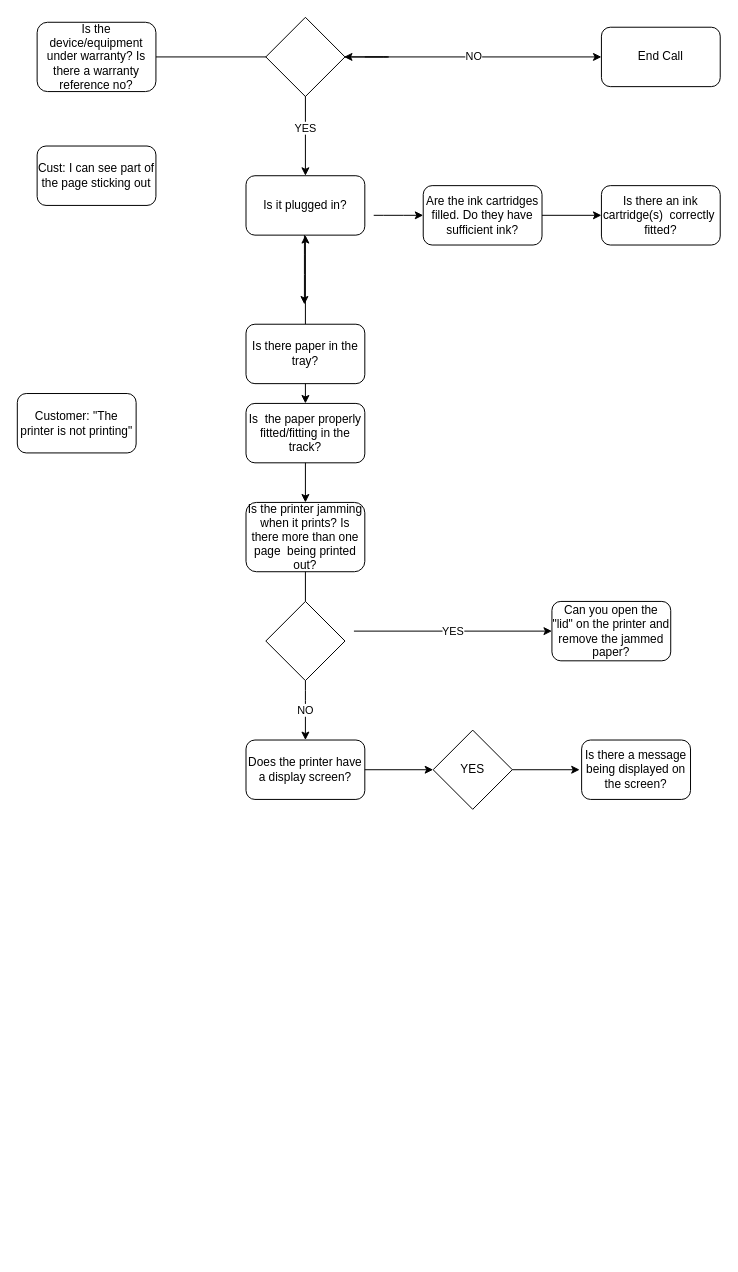
Before: CustomerSupportScript.drawio in L00086023/StudentExercises, a draw.io diagram. Source tidied: cells renumbered, new cells numbered last; positions are measured from the earlier drawing's top-left corner, leaving out a move shared by most shapes. Both pictures are drawn from the tidied source at 99%, with x=0, y=0 at pixel (17, 17).
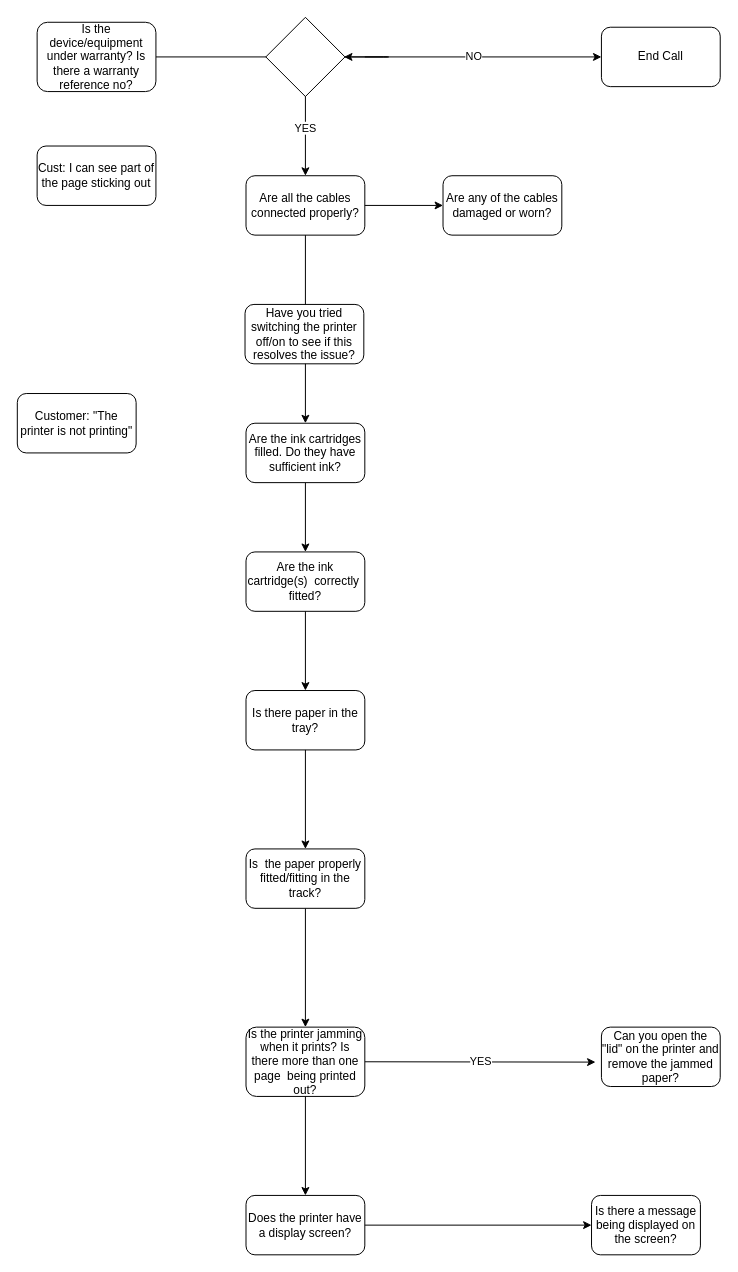
After the change.

Change to the diagram source:
```diff
@@
-    <mxCell id="3" value="Is it plugged in?" style="rounded=1;whiteSpace=wrap;html=1;" parent="1" vertex="1">
+    <mxCell id="3" value="Are all the cables connected properly?" style="rounded=1;whiteSpace=wrap;html=1;" parent="1" vertex="1">
       <mxGeometry x="231" y="160" width="120" height="60" as="geometry" />
     </mxCell>
-    <mxCell id="4" value="Is there an ink cartridge(s)&amp;nbsp; correctly&amp;nbsp; fitted?" style="rounded=1;whiteSpace=wrap;html=1;" parent="1" vertex="1">
-      <mxGeometry x="590" y="170" width="120" height="60" as="geometry" />
+    <mxCell id="4" value="Are the ink cartridge(s)&amp;nbsp; correctly&amp;nbsp; fitted?" style="rounded=1;whiteSpace=wrap;html=1;" parent="1" vertex="1">
+      <mxGeometry x="231" y="540" width="120" height="60" as="geometry" />
     </mxCell>
-    <mxCell id="5" style="endArrow=classic;html=1;" parent="1" edge="1">
-      <mxGeometry relative="1" as="geometry">
-        <mxPoint x="290" y="220" as="sourcePoint" />
-        <mxPoint x="290" y="290" as="targetPoint" />
-        <Array as="points">
-          <mxPoint x="290" y="220" />
-          <mxPoint x="290" y="250" />
-        </Array>
-      </mxGeometry>
-    </mxCell>
-    <mxCell id="6" style="edgeStyle=orthogonalEdgeStyle;rounded=0;jettySize=auto;html=1;" parent="1" edge="1" source="7" target="3">
-      <mxGeometry relative="1" as="geometry">
-        <Array as="points">
-          <mxPoint x="291" y="340" />
-        </Array>
-      </mxGeometry>
-    </mxCell>
     <mxCell id="7" value="Is there paper in the tray?" style="rounded=1;whiteSpace=wrap;html=1;" parent="1" vertex="1">
-      <mxGeometry x="231" y="310" width="120" height="60" as="geometry" />
+      <mxGeometry x="231" y="680" width="120" height="60" as="geometry" />
     </mxCell>
-    <mxCell id="8" value="Is&amp;nbsp; the paper properly fitted/fitting in the track?" style="rounded=1;whiteSpace=wrap;html=1;" parent="1" vertex="1">
-      <mxGeometry x="231" y="390" width="120" height="60" as="geometry" />
-    </mxCell>
@@
-    <mxCell id="11" value="Is the printer jamming when it prints? Is there more than one page&amp;nbsp; being printed out?" style="rounded=1;whiteSpace=wrap;html=1;" parent="1" vertex="1">
-      <mxGeometry x="231" y="490" width="120" height="70" as="geometry" />
-    </mxCell>
@@
-    <mxCell id="13" value="YES" style="endArrow=classic;html=1;entryX=0;entryY=0.5;entryDx=0;entryDy=0;" parent="1" edge="1" target="14">
-      <mxGeometry relative="1" as="geometry">
-        <mxPoint x="340" y="620" as="sourcePoint" />
-      </mxGeometry>
+    <mxCell id="13" value="YES" style="endArrow=classic;html=1;exitX=1;exitY=0.5;exitDx=0;exitDy=0;entryX=-0.05;entryY=0.589;entryDx=0;entryDy=0;entryPerimeter=0;" parent="1" edge="1" source="11" target="14">
+      <mxGeometry relative="1" as="geometry" />
     </mxCell>
     <mxCell id="14" value="Can you open the &quot;lid&quot; on the printer and remove the jammed paper?" style="rounded=1;whiteSpace=wrap;html=1;" parent="1" vertex="1">
-      <mxGeometry x="540" y="590" width="120" height="60" as="geometry" />
+      <mxGeometry x="590" y="1020" width="120" height="60" as="geometry" />
     </mxCell>
     <mxCell id="15" value="Does the printer have a display screen?" style="rounded=1;whiteSpace=wrap;html=1;" parent="1" vertex="1">
-      <mxGeometry x="231" y="730" width="120" height="60" as="geometry" />
+      <mxGeometry x="231" y="1190" width="120" height="60" as="geometry" />
     </mxCell>
-    <mxCell id="16" style="endArrow=classic;html=1;entryX=0;entryY=0.5;entryDx=0;entryDy=0;" parent="1" edge="1">
-      <mxGeometry relative="1" as="geometry">
-        <mxPoint x="360" y="200" as="sourcePoint" />
-        <mxPoint x="410" y="200" as="targetPoint" />
-        <Array as="points">
-          <mxPoint x="380" y="200" />
-        </Array>
-      </mxGeometry>
+    <mxCell id="16" style="endArrow=classic;html=1;entryX=0;entryY=0.5;entryDx=0;entryDy=0;exitX=1;exitY=0.5;exitDx=0;exitDy=0;" parent="1" edge="1" source="3" target="36">
+      <mxGeometry relative="1" as="geometry" />
     </mxCell>
-    <mxCell id="17" value="Are the ink cartridges filled. Do they have sufficient ink?" style="rounded=1;whiteSpace=wrap;html=1;" parent="1" vertex="1">
-      <mxGeometry x="410" y="170" width="120" height="60" as="geometry" />
-    </mxCell>
     <mxCell id="18" value="Is there a message being displayed on the screen?" style="rounded=1;whiteSpace=wrap;html=1;" parent="1" vertex="1">
-      <mxGeometry x="570" y="730" width="110" height="60" as="geometry" />
+      <mxGeometry x="580" y="1190" width="110" height="60" as="geometry" />
     </mxCell>
-    <mxCell id="19" value="YES" style="rhombus;whiteSpace=wrap;html=1;" parent="1" vertex="1">
-      <mxGeometry x="420" y="720" width="80" height="80" as="geometry" />
-    </mxCell>
-    <mxCell id="20" style="endArrow=classic;html=1;exitX=1;exitY=0.5;exitDx=0;exitDy=0;entryX=0;entryY=0.5;entryDx=0;entryDy=0;" parent="1" edge="1" source="15" target="19">
+    <mxCell id="20" style="endArrow=classic;html=1;exitX=1;exitY=0.5;exitDx=0;exitDy=0;entryX=0;entryY=0.5;entryDx=0;entryDy=0;" parent="1" edge="1" source="15" target="18">
       <mxGeometry relative="1" as="geometry" />
     </mxCell>
-    <mxCell id="21" style="endArrow=classic;html=1;exitX=1;exitY=0.5;exitDx=0;exitDy=0;" parent="1" edge="1" source="19">
-      <mxGeometry relative="1" as="geometry">
-        <mxPoint x="568" y="760" as="targetPoint" />
-      </mxGeometry>
-    </mxCell>
@@
-    <mxCell id="25" style="endArrow=classic;html=1;entryX=0;entryY=0.5;entryDx=0;entryDy=0;exitX=1;exitY=0.5;exitDx=0;exitDy=0;" parent="1" edge="1" source="17" target="4">
-      <mxGeometry relative="1" as="geometry" />
-    </mxCell>
@@
-    <mxCell id="30" style="rhombus;whiteSpace=wrap;html=1;" parent="1" vertex="1">
-      <mxGeometry x="251" y="590" width="80" height="80" as="geometry" />
-    </mxCell>
-    <mxCell id="31" value="NO" style="endArrow=classic;html=1;exitX=0.5;exitY=1;exitDx=0;exitDy=0;entryX=0.5;entryY=0;entryDx=0;entryDy=0;" parent="1" edge="1" source="30" target="15">
-      <mxGeometry relative="1" as="geometry">
-        <Array as="points">
-          <mxPoint x="291" y="690" />
-        </Array>
-      </mxGeometry>
-    </mxCell>
-    <mxCell id="32" style="endArrow=none;html=1;exitX=0.5;exitY=0;exitDx=0;exitDy=0;entryX=0.5;entryY=1;entryDx=0;entryDy=0;" parent="1" edge="1" source="30" target="11">
-      <mxGeometry relative="1" as="geometry" />
-    </mxCell>
+    <mxCell id="25" style="endArrow=classic;html=1;entryX=0.5;entryY=0;entryDx=0;entryDy=0;" parent="1" edge="1" source="17" target="4">
+      <mxGeometry relative="1" as="geometry" />
+    </mxCell>
+    <mxCell id="33" style="endArrow=classic;html=1;entryX=0.5;entryY=0;entryDx=0;entryDy=0;exitX=0.5;exitY=1;exitDx=0;exitDy=0;" parent="1" edge="1" source="4" target="7">
+      <mxGeometry relative="1" as="geometry" />
+    </mxCell>
+    <mxCell id="11" value="Is the printer jamming when it prints? Is there more than one page&amp;nbsp; being printed out?" style="rounded=1;whiteSpace=wrap;html=1;" parent="1" vertex="1">
+      <mxGeometry x="231" y="1020" width="120" height="70" as="geometry" />
+    </mxCell>
+    <mxCell id="17" value="Are the ink cartridges filled. Do they have sufficient ink?" style="rounded=1;whiteSpace=wrap;html=1;" parent="1" vertex="1">
+      <mxGeometry x="231" y="410" width="120" height="60" as="geometry" />
+    </mxCell>
+    <mxCell id="34" style="endArrow=classic;html=1;entryX=0.5;entryY=0;entryDx=0;entryDy=0;" parent="1" edge="1" target="17">
+      <mxGeometry relative="1" as="geometry">
+        <mxPoint x="291" y="220" as="sourcePoint" />
+      </mxGeometry>
+    </mxCell>
+    <mxCell id="8" value="Is&amp;nbsp; the paper properly fitted/fitting in the track?" style="rounded=1;whiteSpace=wrap;html=1;" parent="1" vertex="1">
+      <mxGeometry x="231" y="840" width="120" height="60" as="geometry" />
+    </mxCell>
+    <mxCell id="35" style="endArrow=classic;html=1;exitX=0.5;exitY=1;exitDx=0;exitDy=0;entryX=0.5;entryY=0;entryDx=0;entryDy=0;" parent="1" edge="1" source="11" target="15">
+      <mxGeometry relative="1" as="geometry" />
+    </mxCell>
+    <mxCell id="36" value="Are any of the cables damaged or worn?" style="rounded=1;whiteSpace=wrap;html=1;" parent="1" vertex="1">
+      <mxGeometry x="430" y="160" width="120" height="60" as="geometry" />
+    </mxCell>
+    <mxCell id="37" value="Have you tried switching the printer off/on to see if this resolves the issue?" style="rounded=1;whiteSpace=wrap;html=1;" parent="1" vertex="1">
+      <mxGeometry x="230" y="290" width="120" height="60" as="geometry" />
+    </mxCell>
```
